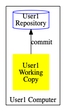
Above: assets/img/commit.png in greg-hutchinson/git-training (Graphviz), before the change. Its source is kept beside it as assets/img/graphviz/commit.dot. Its diagram source:
```dot
digraph foo {
    rankdir="BT"
    node [style=rounded, width=1, margin="0,0"];
    User1WC [shape= square, label="User1\nWorking\nCopy", style=filled; color=yellow];
    User1Rep [shape= cylinder, label="User1\nRepository", color=blue];
    User1WC -> User1Rep [label="commit"]
    subgraph cluster_User1 {
        label="User1 Computer"
        {  User1Rep User1WC
        }
    }
}
```
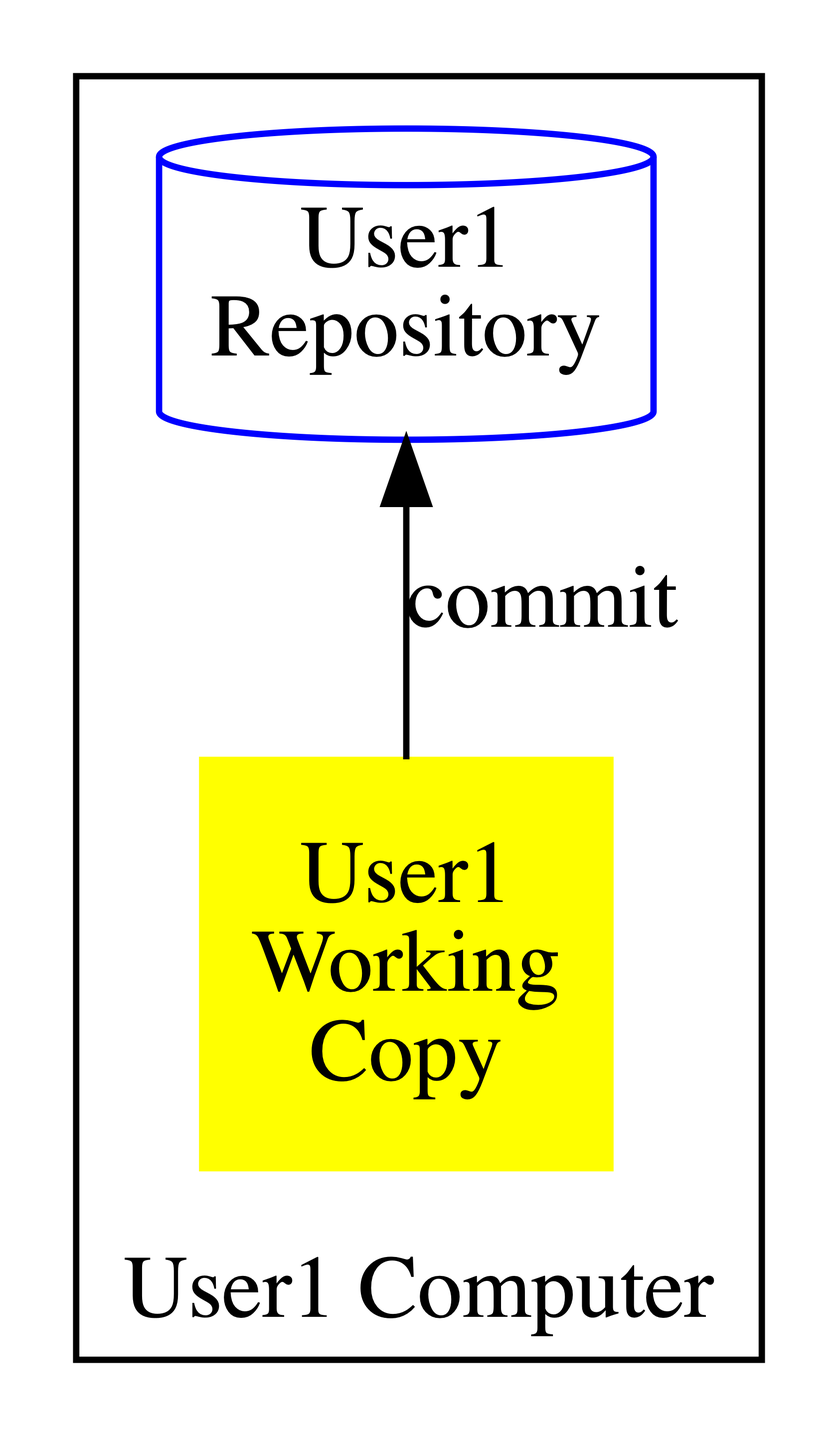
After the commit.

Diff of the diagram source:
```diff
@@ -1,12 +1,11 @@
-digraph foo {
+digraph commit {
     rankdir="BT"
-    node [style=rounded, width=1, margin="0,0"];
+    size="40!"
     User1WC [shape= square, label="User1\nWorking\nCopy", style=filled; color=yellow];
     User1Rep [shape= cylinder, label="User1\nRepository", color=blue];
     User1WC -> User1Rep [label="commit"]
     subgraph cluster_User1 {
         label="User1 Computer"
-        {  User1Rep User1WC
-        }
+        User1Rep User1WC
     }
 }
```
